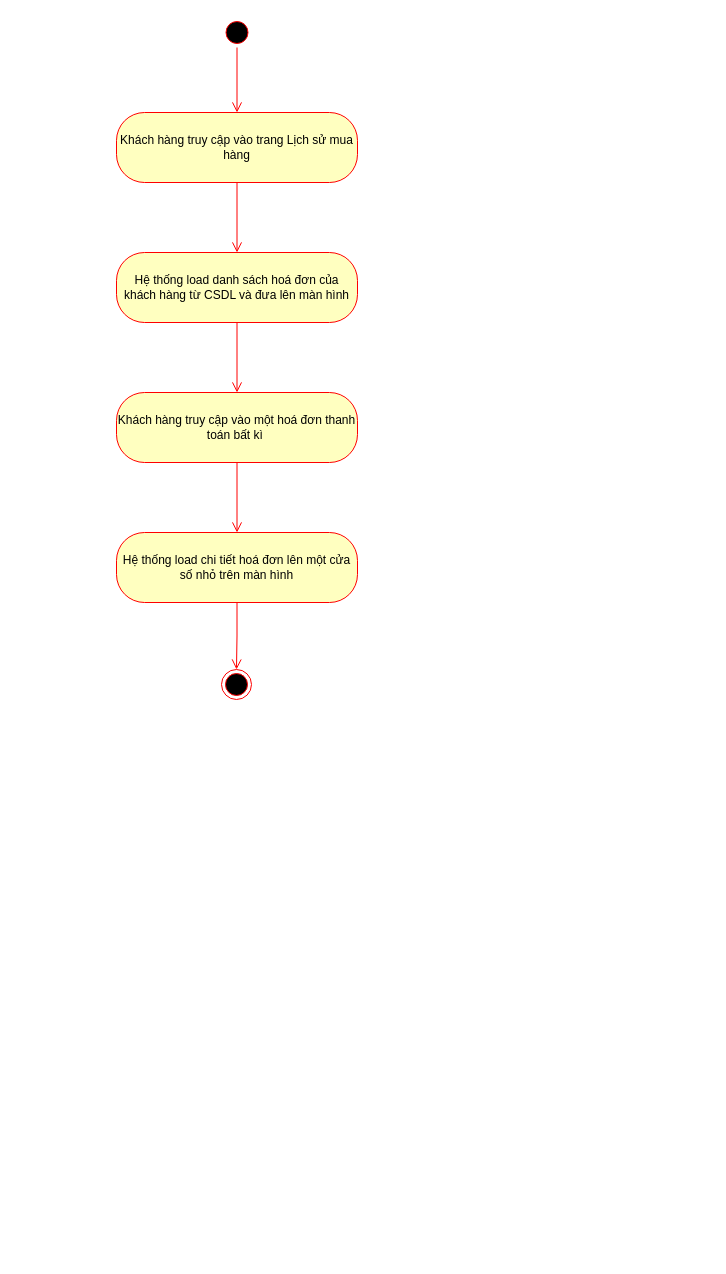
Earlier version of the draw.io diagram Nam3_HK1/CNPM_SoftTech/Activity Diagrams/Nguyên Lộc/AD_XemLịchSửMuaHàng.drawio (EdgarIgnite16/SGU-Course). Source tidied: cells renumbered, new cells numbered last; positions are measured from the earlier drawing's top-left corner, leaving out a move shared by most shapes. Both pictures are drawn from the tidied source at 100%, with x=0, y=0 at pixel (116, 17).
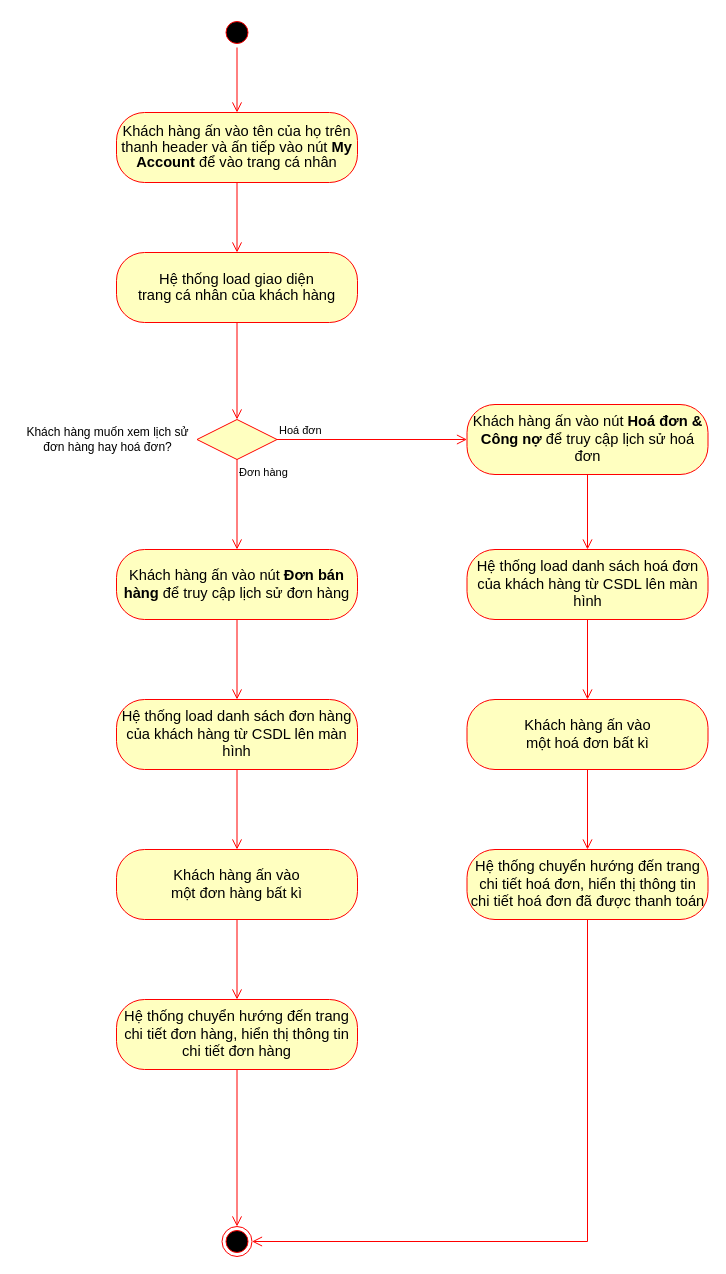
After the change.

What changed in the source:
```diff
@@
-    <mxCell id="4" value="Khách hàng truy cập vào trang Lịch sử mua hàng" style="rounded=1;whiteSpace=wrap;html=1;arcSize=40;fontColor=#000000;fillColor=#ffffc0;strokeColor=#ff0000;" parent="1" vertex="1">
+    <mxCell id="4" value="&lt;span style=&quot;font-size: 11.0pt ; line-height: 107% ; font-family: &amp;#34;calibri&amp;#34; , sans-serif&quot;&gt;Khách hàng ấn vào tên của họ trên thanh header và ấn tiếp vào nút &lt;b&gt;My Account &lt;/b&gt;để vào trang cá nhân&lt;/span&gt;" style="rounded=1;whiteSpace=wrap;html=1;arcSize=40;fontColor=#000000;fillColor=#ffffc0;strokeColor=#ff0000;" parent="1" vertex="1">
       <mxGeometry y="95" width="241" height="70" as="geometry" />
     </mxCell>
@@
-    <mxCell id="6" style="edgeStyle=orthogonalEdgeStyle;html=1;verticalAlign=bottom;endArrow=open;endSize=8;strokeColor=#ff0000;rounded=0;" parent="1" edge="1" source="7" target="8">
+    <mxCell id="6" style="edgeStyle=orthogonalEdgeStyle;html=1;verticalAlign=bottom;endArrow=open;endSize=8;strokeColor=#ff0000;rounded=0;" parent="1" edge="1" source="7" target="13">
       <mxGeometry relative="1" as="geometry" />
     </mxCell>
-    <mxCell id="7" value="Hệ thống load danh sách hoá đơn của khách hàng từ CSDL và đưa lên màn hình" style="rounded=1;whiteSpace=wrap;html=1;arcSize=40;fontColor=#000000;fillColor=#ffffc0;strokeColor=#ff0000;" parent="1" vertex="1">
+    <mxCell id="7" value="&lt;span style=&quot;font-size: 11.0pt ; line-height: 107% ; font-family: &amp;#34;calibri&amp;#34; , sans-serif&quot;&gt;Hệ thống load giao diện&lt;br/&gt;trang cá nhân của khách hàng&lt;/span&gt;" style="rounded=1;whiteSpace=wrap;html=1;arcSize=40;fontColor=#000000;fillColor=#ffffc0;strokeColor=#ff0000;" parent="1" vertex="1">
       <mxGeometry y="235" width="241" height="70" as="geometry" />
     </mxCell>
-    <mxCell id="8" value="Khách hàng truy cập vào một hoá đơn thanh toán bất kì&amp;nbsp;" style="rounded=1;whiteSpace=wrap;html=1;arcSize=40;fontColor=#000000;fillColor=#ffffc0;strokeColor=#ff0000;" parent="1" vertex="1">
-      <mxGeometry y="375" width="241" height="70" as="geometry" />
-    </mxCell>
-    <mxCell id="9" value="Hệ thống load chi tiết hoá đơn lên một cửa số nhỏ trên màn hình" style="rounded=1;whiteSpace=wrap;html=1;arcSize=40;fontColor=#000000;fillColor=#ffffc0;strokeColor=#ff0000;" parent="1" vertex="1">
-      <mxGeometry y="515" width="241" height="70" as="geometry" />
-    </mxCell>
-    <mxCell id="10" style="edgeStyle=orthogonalEdgeStyle;html=1;verticalAlign=bottom;endArrow=open;endSize=8;strokeColor=#ff0000;rounded=0;" parent="1" edge="1" source="8" target="9">
-      <mxGeometry relative="1" as="geometry" />
-    </mxCell>
     <mxCell id="11" style="ellipse;html=1;shape=endState;fillColor=#000000;strokeColor=#ff0000;" parent="1" vertex="1">
-      <mxGeometry x="105" y="652" width="30" height="30" as="geometry" />
+      <mxGeometry x="105.5" y="1209" width="30" height="30" as="geometry" />
     </mxCell>
-    <mxCell id="12" style="edgeStyle=orthogonalEdgeStyle;html=1;verticalAlign=bottom;endArrow=open;endSize=8;strokeColor=#ff0000;rounded=0;" parent="1" edge="1" source="9" target="11">
+    <mxCell id="12" style="edgeStyle=orthogonalEdgeStyle;html=1;verticalAlign=bottom;endArrow=open;endSize=8;strokeColor=#ff0000;rounded=0;" parent="1" edge="1" source="27" target="11">
       <mxGeometry relative="1" as="geometry" />
     </mxCell>
+    <mxCell id="13" style="rhombus;whiteSpace=wrap;html=1;fillColor=#ffffc0;strokeColor=#ff0000;" parent="1" vertex="1">
+      <mxGeometry x="80.5" y="402" width="80" height="40" as="geometry" />
+    </mxCell>
+    <mxCell id="14" value="Hoá đơn" style="edgeStyle=orthogonalEdgeStyle;html=1;align=left;verticalAlign=bottom;endArrow=open;endSize=8;strokeColor=#ff0000;rounded=0;" parent="1" edge="1" source="13" target="18">
+      <mxGeometry x="-1" relative="1" as="geometry" />
+    </mxCell>
+    <mxCell id="15" value="Đơn hàng" style="edgeStyle=orthogonalEdgeStyle;html=1;align=left;verticalAlign=top;endArrow=open;endSize=8;strokeColor=#ff0000;rounded=0;" parent="1" edge="1" source="13" target="17">
+      <mxGeometry x="-1" relative="1" as="geometry" />
+    </mxCell>
+    <mxCell id="16" value="Khách hàng muốn xem lịch sử&lt;br&gt;đơn hàng hay hoá đơn?" style="text;html=1;align=center;verticalAlign=middle;strokeColor=none;fillColor=none;" parent="1" vertex="1">
+      <mxGeometry x="-99.5" y="407" width="180" height="30" as="geometry" />
+    </mxCell>
+    <mxCell id="17" value="&lt;font face=&quot;calibri, sans-serif&quot;&gt;&lt;span style=&quot;font-size: 14.6667px&quot;&gt;Khách hàng ấn vào nút &lt;b&gt;Đơn bán hàng&lt;/b&gt;&amp;nbsp;để truy cập lịch sử đơn hàng&lt;/span&gt;&lt;/font&gt;" style="rounded=1;whiteSpace=wrap;html=1;arcSize=40;fontColor=#000000;fillColor=#ffffc0;strokeColor=#ff0000;" parent="1" vertex="1">
+      <mxGeometry y="532" width="241" height="70" as="geometry" />
+    </mxCell>
+    <mxCell id="18" value="&lt;font face=&quot;calibri, sans-serif&quot;&gt;&lt;span style=&quot;font-size: 14.6667px&quot;&gt;Khách hàng ấn vào nút &lt;b&gt;Hoá đơn &amp;amp; Công nợ&lt;/b&gt;&amp;nbsp;để truy cập lịch sử hoá đơn&lt;/span&gt;&lt;/font&gt;" style="rounded=1;whiteSpace=wrap;html=1;arcSize=40;fontColor=#000000;fillColor=#ffffc0;strokeColor=#ff0000;" parent="1" vertex="1">
+      <mxGeometry x="350.5" y="387" width="241" height="70" as="geometry" />
+    </mxCell>
+    <mxCell id="19" value="&lt;font face=&quot;calibri, sans-serif&quot;&gt;&lt;span style=&quot;font-size: 14.6667px&quot;&gt;Hệ thống load danh sách đơn hàng của khách hàng từ CSDL lên màn hình&lt;/span&gt;&lt;/font&gt;" style="rounded=1;whiteSpace=wrap;html=1;arcSize=40;fontColor=#000000;fillColor=#ffffc0;strokeColor=#ff0000;" parent="1" vertex="1">
+      <mxGeometry y="682" width="241" height="70" as="geometry" />
+    </mxCell>
+    <mxCell id="20" value="&lt;font face=&quot;calibri, sans-serif&quot;&gt;&lt;span style=&quot;font-size: 14.6667px&quot;&gt;Hệ thống load danh sách hoá đơn của khách hàng từ CSDL lên màn hình&lt;/span&gt;&lt;/font&gt;" style="rounded=1;whiteSpace=wrap;html=1;arcSize=40;fontColor=#000000;fillColor=#ffffc0;strokeColor=#ff0000;" parent="1" vertex="1">
+      <mxGeometry x="350.5" y="532" width="241" height="70" as="geometry" />
+    </mxCell>
+    <mxCell id="21" style="edgeStyle=orthogonalEdgeStyle;html=1;verticalAlign=bottom;endArrow=open;endSize=8;strokeColor=#ff0000;rounded=0;" parent="1" edge="1" source="18" target="20">
+      <mxGeometry relative="1" as="geometry" />
+    </mxCell>
+    <mxCell id="22" style="edgeStyle=orthogonalEdgeStyle;html=1;verticalAlign=bottom;endArrow=open;endSize=8;strokeColor=#ff0000;rounded=0;" parent="1" edge="1" source="17" target="19">
+      <mxGeometry relative="1" as="geometry" />
+    </mxCell>
+    <mxCell id="23" value="&lt;font face=&quot;calibri, sans-serif&quot;&gt;&lt;span style=&quot;font-size: 14.6667px&quot;&gt;Khách hàng ấn vào &lt;br&gt;một đơn hàng bất kì&lt;/span&gt;&lt;/font&gt;" style="rounded=1;whiteSpace=wrap;html=1;arcSize=40;fontColor=#000000;fillColor=#ffffc0;strokeColor=#ff0000;" parent="1" vertex="1">
+      <mxGeometry y="832" width="241" height="70" as="geometry" />
+    </mxCell>
+    <mxCell id="24" style="edgeStyle=orthogonalEdgeStyle;html=1;verticalAlign=bottom;endArrow=open;endSize=8;strokeColor=#ff0000;rounded=0;" parent="1" edge="1" source="19" target="23">
+      <mxGeometry relative="1" as="geometry" />
+    </mxCell>
+    <mxCell id="25" value="&lt;font face=&quot;calibri, sans-serif&quot;&gt;&lt;span style=&quot;font-size: 14.6667px&quot;&gt;Khách hàng ấn vào &lt;br&gt;một hoá đơn bất kì&lt;/span&gt;&lt;/font&gt;" style="rounded=1;whiteSpace=wrap;html=1;arcSize=40;fontColor=#000000;fillColor=#ffffc0;strokeColor=#ff0000;" parent="1" vertex="1">
+      <mxGeometry x="350.5" y="682" width="241" height="70" as="geometry" />
+    </mxCell>
+    <mxCell id="26" style="edgeStyle=orthogonalEdgeStyle;html=1;verticalAlign=bottom;endArrow=open;endSize=8;strokeColor=#ff0000;rounded=0;" parent="1" edge="1" source="20" target="25">
+      <mxGeometry relative="1" as="geometry" />
+    </mxCell>
+    <mxCell id="27" value="&lt;font face=&quot;calibri, sans-serif&quot;&gt;&lt;span style=&quot;font-size: 14.6667px&quot;&gt;Hệ thống chuyển hướng đến trang chi tiết đơn hàng, hiển thị thông tin chi tiết đơn hàng&lt;/span&gt;&lt;/font&gt;" style="rounded=1;whiteSpace=wrap;html=1;arcSize=40;fontColor=#000000;fillColor=#ffffc0;strokeColor=#ff0000;" parent="1" vertex="1">
+      <mxGeometry y="982" width="241" height="70" as="geometry" />
+    </mxCell>
+    <mxCell id="28" style="edgeStyle=orthogonalEdgeStyle;html=1;verticalAlign=bottom;endArrow=open;endSize=8;strokeColor=#ff0000;rounded=0;" parent="1" edge="1" source="23" target="27">
+      <mxGeometry relative="1" as="geometry" />
+    </mxCell>
+    <mxCell id="29" value="&lt;font face=&quot;calibri, sans-serif&quot;&gt;&lt;span style=&quot;font-size: 14.6667px&quot;&gt;Hệ thống chuyển hướng đến trang chi tiết hoá đơn, hiển thị thông tin chi tiết hoá đơn đã được thanh toán&lt;/span&gt;&lt;/font&gt;" style="rounded=1;whiteSpace=wrap;html=1;arcSize=40;fontColor=#000000;fillColor=#ffffc0;strokeColor=#ff0000;" parent="1" vertex="1">
+      <mxGeometry x="350.5" y="832" width="241" height="70" as="geometry" />
+    </mxCell>
+    <mxCell id="30" style="edgeStyle=orthogonalEdgeStyle;html=1;verticalAlign=bottom;endArrow=open;endSize=8;strokeColor=#ff0000;rounded=0;" parent="1" edge="1" source="25" target="29">
+      <mxGeometry relative="1" as="geometry" />
+    </mxCell>
+    <mxCell id="31" style="edgeStyle=orthogonalEdgeStyle;html=1;verticalAlign=bottom;endArrow=open;endSize=8;strokeColor=#ff0000;rounded=0;" parent="1" edge="1" source="29" target="11">
+      <mxGeometry relative="1" as="geometry">
+        <Array as="points">
+          <mxPoint x="470.5" y="1224" />
+        </Array>
+      </mxGeometry>
+    </mxCell>
```
